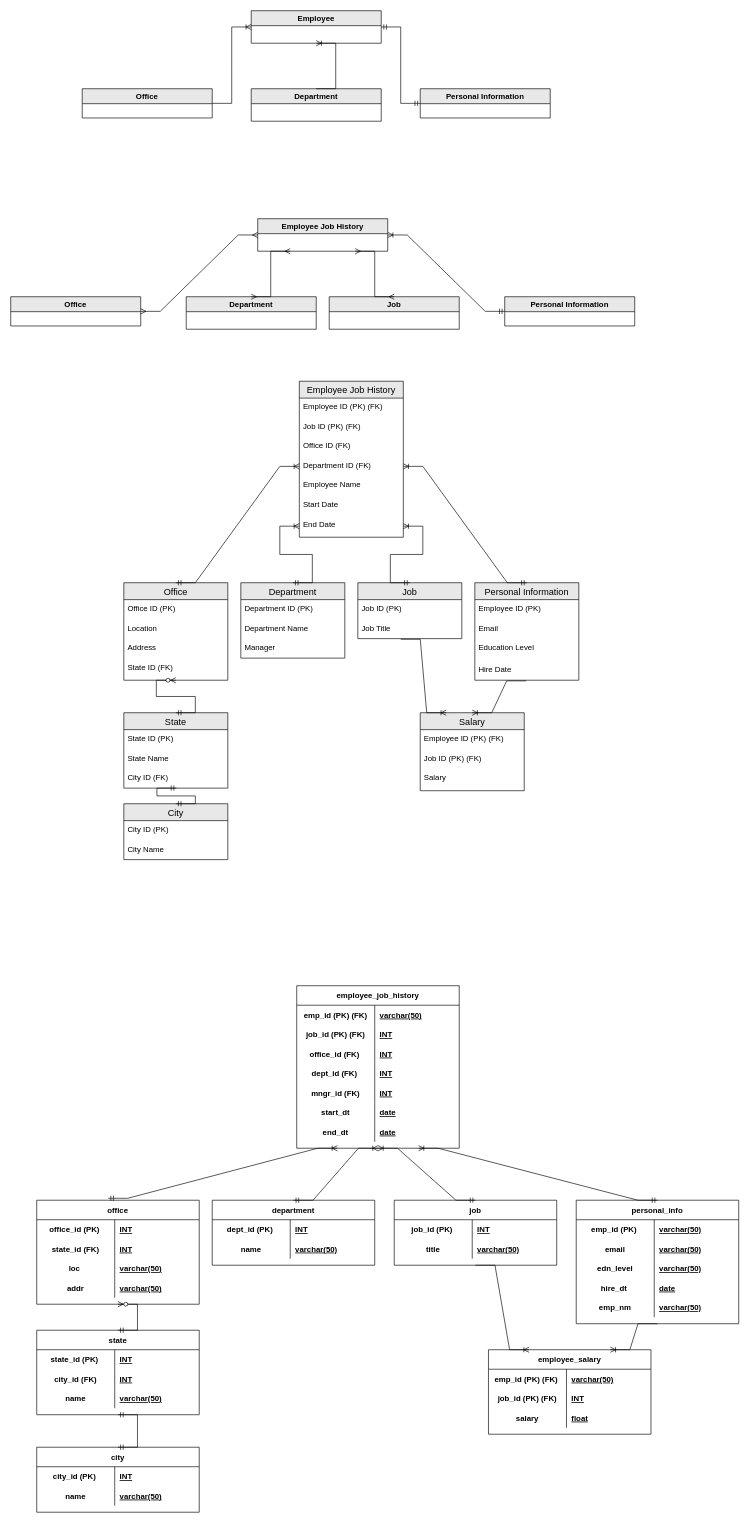
Earlier version of the draw.io diagram HR_ERD.drawio (ohikendoit/data_architect_foundation). Source tidied: cells renumbered, new cells numbered last; positions are measured from the earlier drawing's top-left corner, leaving out a move shared by most shapes. Both pictures are drawn from the tidied source at 65%, with x=0, y=0 at pixel (10, 10).
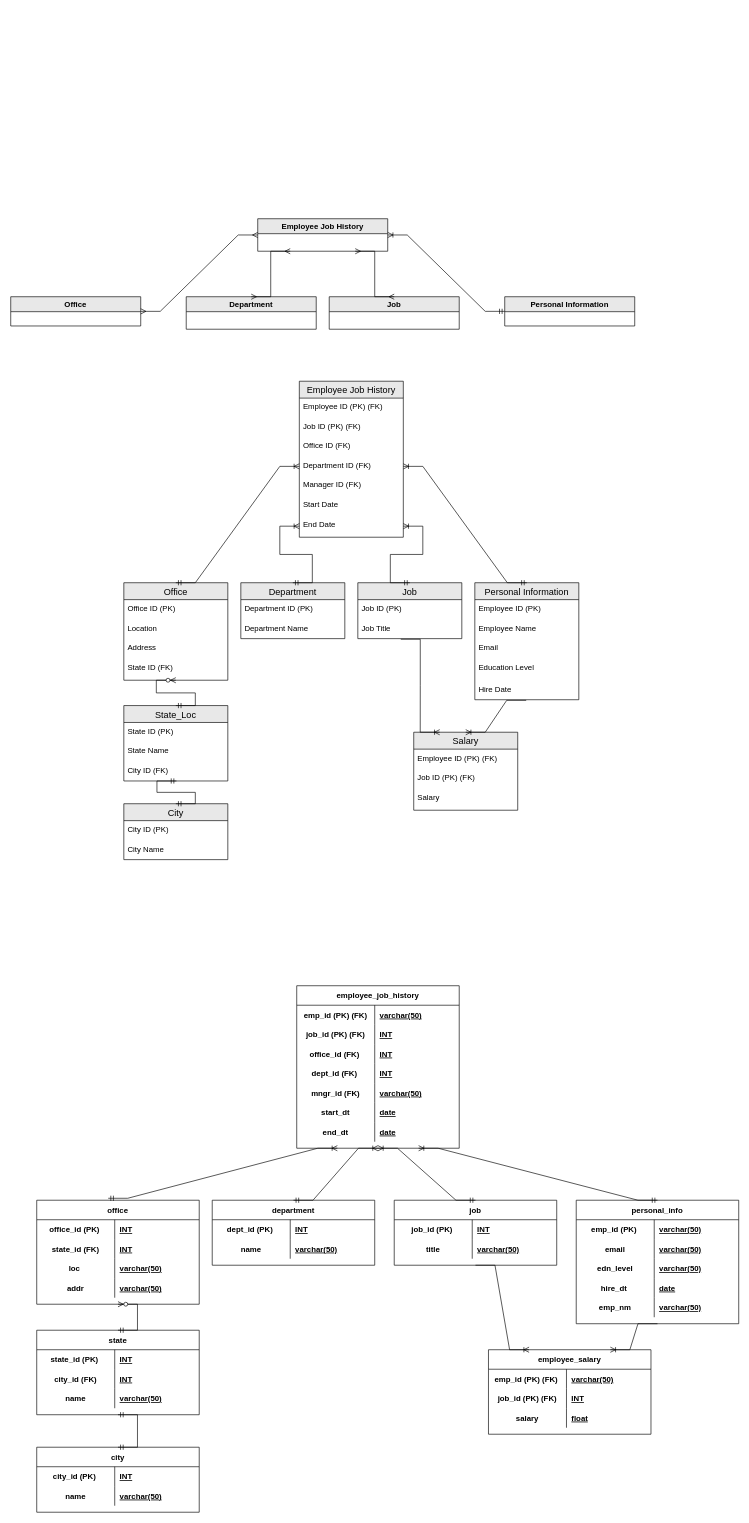
The same page after the edit.

Commit message:
finalized ver.

The change refers to these unchanged cells:
```xml
<mxCell id="13" value="Employee Job History" style="swimlane;fontStyle=0;horizontal=1;startSize=26;align=center;fontSize=14;fillColor=#E8E8E8;" parent="1" vertex="1">
  <mxGeometry x="444" y="570" width="160" height="240" as="geometry" />
</mxCell>
<mxCell id="64" style="shape=partialRectangle;fillColor=none;top=0;left=0;bottom=0;right=0;" parent="51" vertex="1">
  <mxGeometry y="150" width="250" height="30" as="geometry" />
</mxCell>
```

Diff of the diagram source:
```diff
@@
-    <mxCell id="2" value="Office" style="swimlane;fillColor=#E8E8E8;" parent="1" vertex="1">
-      <mxGeometry x="110" y="120" width="200" height="45" as="geometry" />
-    </mxCell>
-    <mxCell id="3" value="Department" style="swimlane;fillColor=#E8E8E8;" parent="1" vertex="1">
-      <mxGeometry x="370" y="120" width="200" height="50" as="geometry" />
-    </mxCell>
-    <mxCell id="4" value="Employee" style="swimlane;fillColor=#E8E8E8;" parent="1" vertex="1">
-      <mxGeometry x="370" width="200" height="50" as="geometry" />
-    </mxCell>
-    <mxCell id="5" value="Personal Information" style="swimlane;fillColor=#E8E8E8;" parent="1" vertex="1">
-      <mxGeometry x="630" y="120" width="200" height="45" as="geometry" />
-    </mxCell>
-    <mxCell id="6" style="edgeStyle=entityRelationEdgeStyle;fontSize=12;html=1;endArrow=ERmandOne;startArrow=ERmandOne;rounded=0;entryX=1;entryY=0.5;entryDx=0;entryDy=0;exitX=0;exitY=0.5;exitDx=0;exitDy=0;" parent="1" edge="1" source="5" target="4">
-      <mxGeometry relative="1" as="geometry" />
-    </mxCell>
-    <mxCell id="7" style="edgeStyle=entityRelationEdgeStyle;fontSize=12;html=1;endArrow=ERoneToMany;rounded=0;exitX=1;exitY=0.5;exitDx=0;exitDy=0;entryX=0;entryY=0.5;entryDx=0;entryDy=0;" parent="1" edge="1" source="2" target="4">
-      <mxGeometry relative="1" as="geometry" />
-    </mxCell>
-    <mxCell id="8" style="edgeStyle=entityRelationEdgeStyle;fontSize=12;html=1;endArrow=ERoneToMany;rounded=0;exitX=0.5;exitY=0;exitDx=0;exitDy=0;entryX=0.5;entryY=1;entryDx=0;entryDy=0;" parent="1" edge="1" source="3" target="4">
-      <mxGeometry relative="1" as="geometry" />
-    </mxCell>
@@
-    <mxCell id="18" value="Employee Name" style="text;strokeColor=none;fillColor=none;spacingLeft=4;spacingRight=4;overflow=hidden;fontSize=12;" parent="13" vertex="1">
-      <mxGeometry y="146" width="160" height="30" as="geometry" />
-    </mxCell>
+    <mxCell id="162" value="Manager ID (FK)" style="text;strokeColor=none;fillColor=none;spacingLeft=4;spacingRight=4;overflow=hidden;fontSize=12;" parent="13" vertex="1">
+      <mxGeometry y="146" width="160" height="30" as="geometry" />
+    </mxCell>
@@
     <mxCell id="21" value="Personal Information" style="swimlane;fontStyle=0;horizontal=1;startSize=26;align=center;fontSize=14;fillColor=#E8E8E8;" parent="1" vertex="1">
-      <mxGeometry x="714" y="880" width="160" height="150" as="geometry" />
+      <mxGeometry x="714" y="880" width="160" height="180" as="geometry" />
     </mxCell>
@@
+    <mxCell id="18" value="Employee Name" style="text;strokeColor=none;fillColor=none;spacingLeft=4;spacingRight=4;overflow=hidden;fontSize=12;" parent="21" vertex="1">
+      <mxGeometry y="56" width="160" height="30" as="geometry" />
+    </mxCell>
     <mxCell id="23" value="Email" style="text;strokeColor=none;fillColor=none;spacingLeft=4;spacingRight=4;overflow=hidden;fontSize=12;" parent="21" vertex="1">
-      <mxGeometry y="56" width="160" height="30" as="geometry" />
+      <mxGeometry y="86" width="160" height="30" as="geometry" />
     </mxCell>
     <mxCell id="24" value="Education Level" style="text;strokeColor=none;fillColor=none;spacingLeft=4;spacingRight=4;overflow=hidden;fontSize=12;" parent="21" vertex="1">
-      <mxGeometry y="86" width="160" height="34" as="geometry" />
+      <mxGeometry y="116" width="160" height="34" as="geometry" />
     </mxCell>
     <mxCell id="25" value="Hire Date" style="text;strokeColor=none;fillColor=none;spacingLeft=4;spacingRight=4;overflow=hidden;points=[[0,0.5],[1,0.5]];portConstraint=eastwest;fontSize=12;" parent="21" vertex="1">
-      <mxGeometry y="120" width="160" height="30" as="geometry" />
+      <mxGeometry y="150" width="160" height="30" as="geometry" />
     </mxCell>
     <mxCell id="26" value="Department" style="swimlane;fontStyle=0;horizontal=1;startSize=26;align=center;fontSize=14;fillColor=#E8E8E8;" parent="1" vertex="1">
-      <mxGeometry x="354" y="880" width="160" height="116" as="geometry" />
+      <mxGeometry x="354" y="880" width="160" height="86" as="geometry" />
     </mxCell>
@@
-    <mxCell id="29" value="Manager" style="text;strokeColor=none;fillColor=none;spacingLeft=4;spacingRight=4;overflow=hidden;fontSize=12;" parent="26" vertex="1">
-      <mxGeometry y="86" width="160" height="30" as="geometry" />
-    </mxCell>
@@
     <mxCell id="39" value="Salary" style="swimlane;fontStyle=0;horizontal=1;startSize=26;align=center;fontSize=14;fillColor=#E8E8E8;" parent="1" vertex="1">
-      <mxGeometry x="630" y="1080" width="160" height="120" as="geometry" />
+      <mxGeometry x="620" y="1110" width="160" height="120" as="geometry" />
     </mxCell>
@@
-    <mxCell id="43" value="State" style="swimlane;fontStyle=0;horizontal=1;startSize=26;align=center;fontSize=14;fillColor=#E8E8E8;" parent="1" vertex="1">
-      <mxGeometry x="174" y="1080" width="160" height="116" as="geometry" />
+    <mxCell id="43" value="State_Loc" style="swimlane;fontStyle=0;horizontal=1;startSize=26;align=center;fontSize=14;fillColor=#E8E8E8;" parent="1" vertex="1">
+      <mxGeometry x="174" y="1069" width="160" height="116" as="geometry" />
     </mxCell>
@@
-    <mxCell id="66" value="INT" style="shape=partialRectangle;fillColor=none;top=0;left=0;bottom=0;right=0;align=left;spacingLeft=6;fontStyle=5;overflow=hidden;" parent="64" vertex="1">
+    <mxCell id="66" value="varchar(50)" style="shape=partialRectangle;fillColor=none;top=0;left=0;bottom=0;right=0;align=left;spacingLeft=6;fontStyle=5;overflow=hidden;" parent="64" vertex="1">
       <mxGeometry x="120" width="130" height="30" as="geometry" />
     </mxCell>
```
